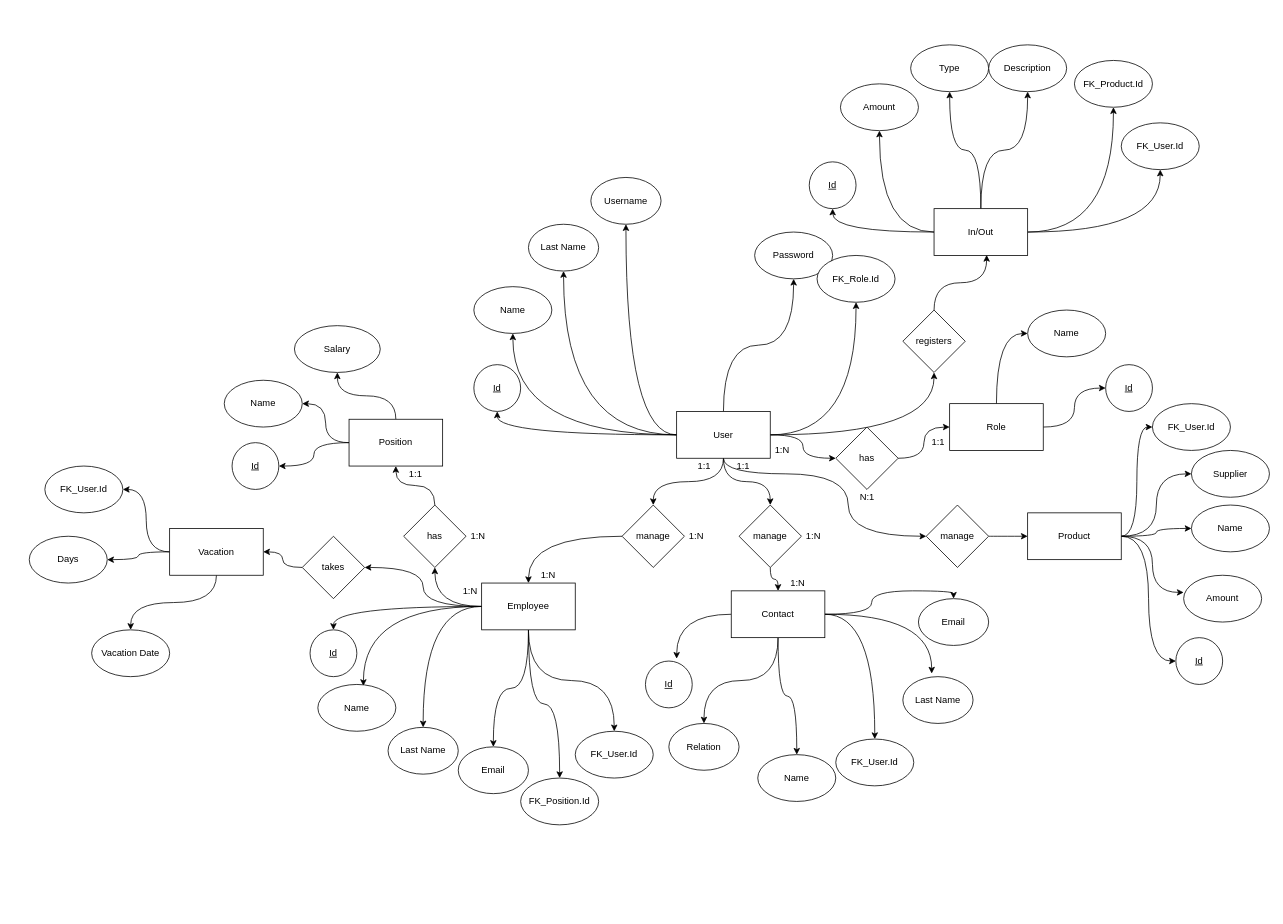
Before: der.drawio in daniel-medrano/crm_web, a draw.io diagram. Source tidied: cells renumbered, new cells numbered last; positions are measured from the earlier drawing's top-left corner, leaving out a move shared by most shapes. Both pictures are drawn from the tidied source at 78%, with x=0, y=0 at pixel (29, 44).
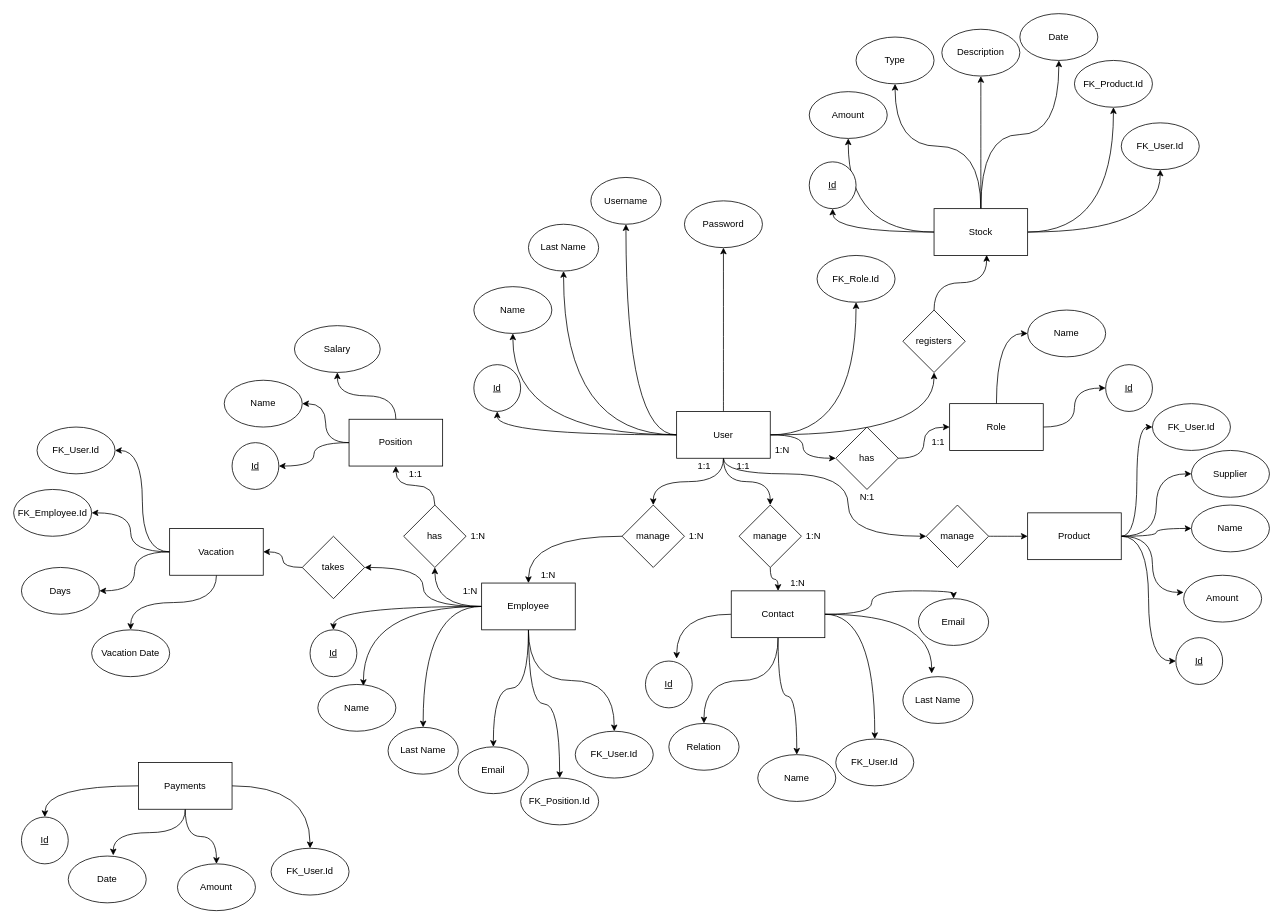
The same diagram, later.

The change refers to these unchanged cells:
```xml
<mxCell id="89" value="Vacation" style="whiteSpace=wrap;html=1;" parent="1" vertex="1">
  <mxGeometry x="180" y="620" width="120" height="60" as="geometry" />
</mxCell>
```

What changed in the source:
```diff
@@
     <mxCell id="26" value="Password" style="ellipse;whiteSpace=wrap;html=1;" parent="1" vertex="1">
-      <mxGeometry x="930" y="240" width="100" height="60" as="geometry" />
+      <mxGeometry x="840" y="200" width="100" height="60" as="geometry" />
     </mxCell>
@@
+    <mxCell id="121" style="edgeStyle=orthogonalEdgeStyle;curved=1;html=1;entryX=1;entryY=0.5;entryDx=0;entryDy=0;" parent="1" edge="1" source="89" target="124">
+      <mxGeometry relative="1" as="geometry" />
+    </mxCell>
@@
     <mxCell id="90" value="FK_User.Id" style="ellipse;whiteSpace=wrap;html=1;" parent="1" vertex="1">
-      <mxGeometry x="20" y="540" width="100" height="60" as="geometry" />
+      <mxGeometry x="10" y="490" width="100" height="60" as="geometry" />
     </mxCell>
     <mxCell id="91" value="Days" style="ellipse;whiteSpace=wrap;html=1;" parent="1" vertex="1">
-      <mxGeometry y="630" width="100" height="60" as="geometry" />
+      <mxGeometry x="-10" y="670" width="100" height="60" as="geometry" />
     </mxCell>
@@
+    <mxCell id="122" style="edgeStyle=orthogonalEdgeStyle;curved=1;html=1;entryX=0.5;entryY=1;entryDx=0;entryDy=0;" parent="1" edge="1" source="112" target="123">
+      <mxGeometry relative="1" as="geometry" />
+    </mxCell>
-    <mxCell id="112" value="In/Out" style="whiteSpace=wrap;html=1;" parent="1" vertex="1">
+    <mxCell id="112" value="Stock" style="whiteSpace=wrap;html=1;" parent="1" vertex="1">
       <mxGeometry x="1160" y="210" width="120" height="60" as="geometry" />
     </mxCell>
     <mxCell id="113" value="Amount" style="ellipse;whiteSpace=wrap;html=1;" parent="1" vertex="1">
-      <mxGeometry x="1040" y="50" width="100" height="60" as="geometry" />
+      <mxGeometry x="1000" y="60" width="100" height="60" as="geometry" />
     </mxCell>
     <mxCell id="114" value="Type" style="ellipse;whiteSpace=wrap;html=1;" parent="1" vertex="1">
-      <mxGeometry x="1130" width="100" height="60" as="geometry" />
+      <mxGeometry x="1060" y="-10" width="100" height="60" as="geometry" />
     </mxCell>
@@
     <mxCell id="116" value="Description" style="ellipse;whiteSpace=wrap;html=1;" parent="1" vertex="1">
-      <mxGeometry x="1230" width="100" height="60" as="geometry" />
+      <mxGeometry x="1170" y="-20" width="100" height="60" as="geometry" />
     </mxCell>
@@
+    <mxCell id="123" value="Date" style="ellipse;whiteSpace=wrap;html=1;" parent="1" vertex="1">
+      <mxGeometry x="1270" y="-40" width="100" height="60" as="geometry" />
+    </mxCell>
+    <mxCell id="124" value="FK_Employee.Id" style="ellipse;whiteSpace=wrap;html=1;" parent="1" vertex="1">
+      <mxGeometry x="-20" y="570" width="100" height="60" as="geometry" />
+    </mxCell>
+    <mxCell id="125" style="edgeStyle=orthogonalEdgeStyle;curved=1;html=1;" parent="1" edge="1" source="129" target="131">
+      <mxGeometry relative="1" as="geometry" />
+    </mxCell>
+    <mxCell id="126" style="edgeStyle=orthogonalEdgeStyle;curved=1;html=1;entryX=0.577;entryY=-0.016;entryDx=0;entryDy=0;entryPerimeter=0;" parent="1" edge="1" source="129" target="130">
+      <mxGeometry relative="1" as="geometry" />
+    </mxCell>
+    <mxCell id="127" style="edgeStyle=orthogonalEdgeStyle;curved=1;html=1;entryX=0.5;entryY=0;entryDx=0;entryDy=0;" parent="1" edge="1" source="129" target="132">
+      <mxGeometry relative="1" as="geometry" />
+    </mxCell>
+    <mxCell id="128" style="edgeStyle=orthogonalEdgeStyle;curved=1;html=1;entryX=0.5;entryY=0;entryDx=0;entryDy=0;" parent="1" edge="1" source="129" target="133">
+      <mxGeometry relative="1" as="geometry" />
+    </mxCell>
+    <mxCell id="129" value="Payments" style="whiteSpace=wrap;html=1;" parent="1" vertex="1">
+      <mxGeometry x="140" y="920" width="120" height="60" as="geometry" />
+    </mxCell>
+    <mxCell id="130" value="Date" style="ellipse;whiteSpace=wrap;html=1;" parent="1" vertex="1">
+      <mxGeometry x="50" y="1040" width="100" height="60" as="geometry" />
+    </mxCell>
+    <mxCell id="131" value="Id" style="ellipse;whiteSpace=wrap;html=1;fontStyle=4;" parent="1" vertex="1">
+      <mxGeometry x="-10" y="990" width="60" height="60" as="geometry" />
+    </mxCell>
+    <mxCell id="132" value="Amount" style="ellipse;whiteSpace=wrap;html=1;" parent="1" vertex="1">
+      <mxGeometry x="190" y="1050" width="100" height="60" as="geometry" />
+    </mxCell>
+    <mxCell id="133" value="FK_User.Id" style="ellipse;whiteSpace=wrap;html=1;" parent="1" vertex="1">
+      <mxGeometry x="310" y="1030" width="100" height="60" as="geometry" />
+    </mxCell>
```
